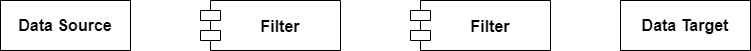
Above: Architectural styles/Dataflow systems/PipeAndFiltersComponentDiagram.png in smitbmx/Architecture-Diagrams (draw.io), before the change. Source tidied: cells renumbered, new cells last; positions are measured from the earlier drawing's top-left corner, leaving out a move shared by most shapes.
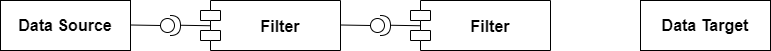
The same file after the commit.

The edit, as a diff of the source:
```diff
@@ -12,7 +12,37 @@
       <mxGeometry x="410" width="140" height="50" as="geometry" />
     </mxCell>
     <mxCell id="5" value="&lt;b&gt;Data Target&lt;/b&gt;" style="rounded=0;whiteSpace=wrap;html=1;fontSize=16;verticalAlign=middle;" parent="1" vertex="1">
-      <mxGeometry x="620" width="130" height="50" as="geometry" />
+      <mxGeometry x="640" width="130" height="50" as="geometry" />
     </mxCell>
+    <mxCell id="6" style="shape=providedRequiredInterface;html=1;verticalLabelPosition=bottom;sketch=0;fontSize=16;verticalAlign=middle;" parent="1" vertex="1">
+      <mxGeometry x="160" y="15" width="20" height="20" as="geometry" />
+    </mxCell>
+    <mxCell id="7" style="endArrow=none;html=1;rounded=0;fontSize=16;" parent="1" edge="1">
+      <mxGeometry relative="1" as="geometry">
+        <mxPoint x="130" y="24.5" as="sourcePoint" />
+        <mxPoint x="160" y="25" as="targetPoint" />
+      </mxGeometry>
+    </mxCell>
+    <mxCell id="8" style="endArrow=none;html=1;rounded=0;fontSize=16;" parent="1" edge="1">
+      <mxGeometry relative="1" as="geometry">
+        <mxPoint x="180" y="24.8" as="sourcePoint" />
+        <mxPoint x="210" y="25.2" as="targetPoint" />
+      </mxGeometry>
+    </mxCell>
+    <mxCell id="9" style="shape=providedRequiredInterface;html=1;verticalLabelPosition=bottom;sketch=0;fontSize=16;verticalAlign=middle;" parent="1" vertex="1">
+      <mxGeometry x="370" y="15" width="20" height="20" as="geometry" />
+    </mxCell>
+    <mxCell id="10" style="endArrow=none;html=1;rounded=0;fontSize=16;" parent="1" edge="1">
+      <mxGeometry relative="1" as="geometry">
+        <mxPoint x="340" y="24.5" as="sourcePoint" />
+        <mxPoint x="370" y="25" as="targetPoint" />
+      </mxGeometry>
+    </mxCell>
+    <mxCell id="11" style="endArrow=none;html=1;rounded=0;fontSize=16;" parent="1" edge="1">
+      <mxGeometry relative="1" as="geometry">
+        <mxPoint x="390" y="24.8" as="sourcePoint" />
+        <mxPoint x="420" y="25.2" as="targetPoint" />
+      </mxGeometry>
+    </mxCell>
   </root>
 </mxGraphModel>
```
